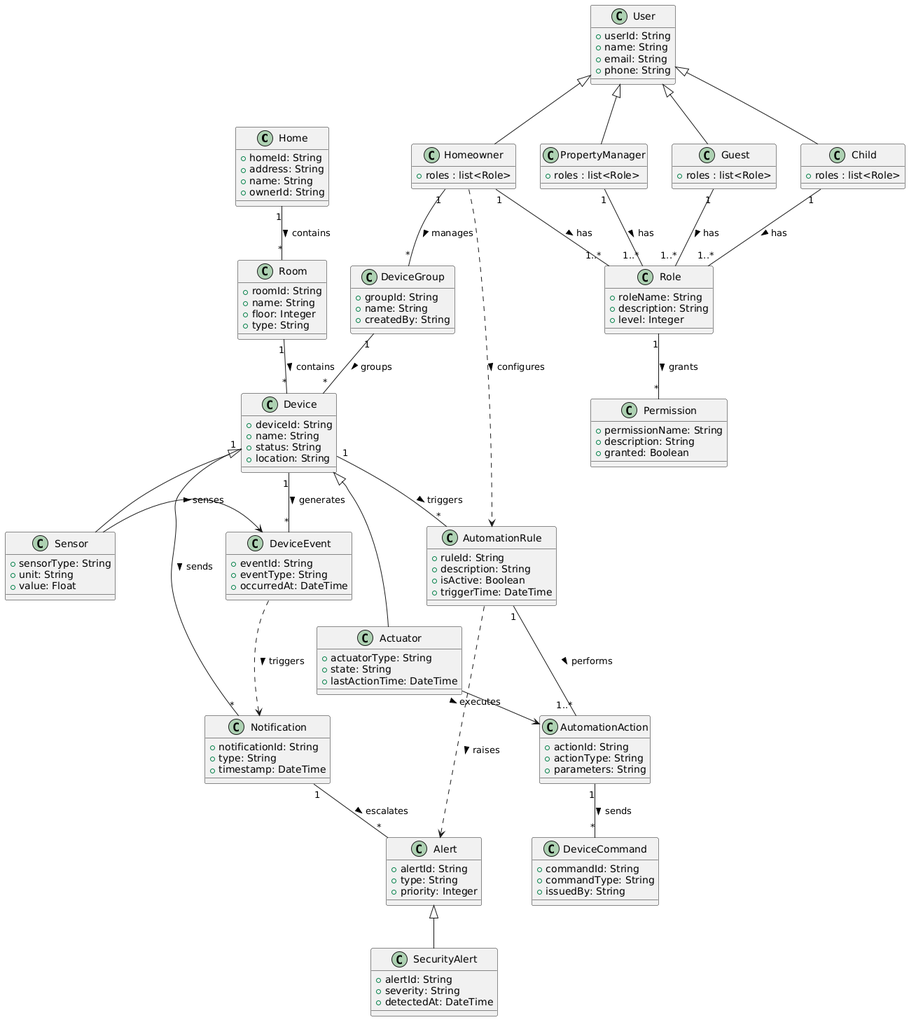
Before: DomainModel.png, a diagram exported from PlantUML (srinath-ramachandran/hype).
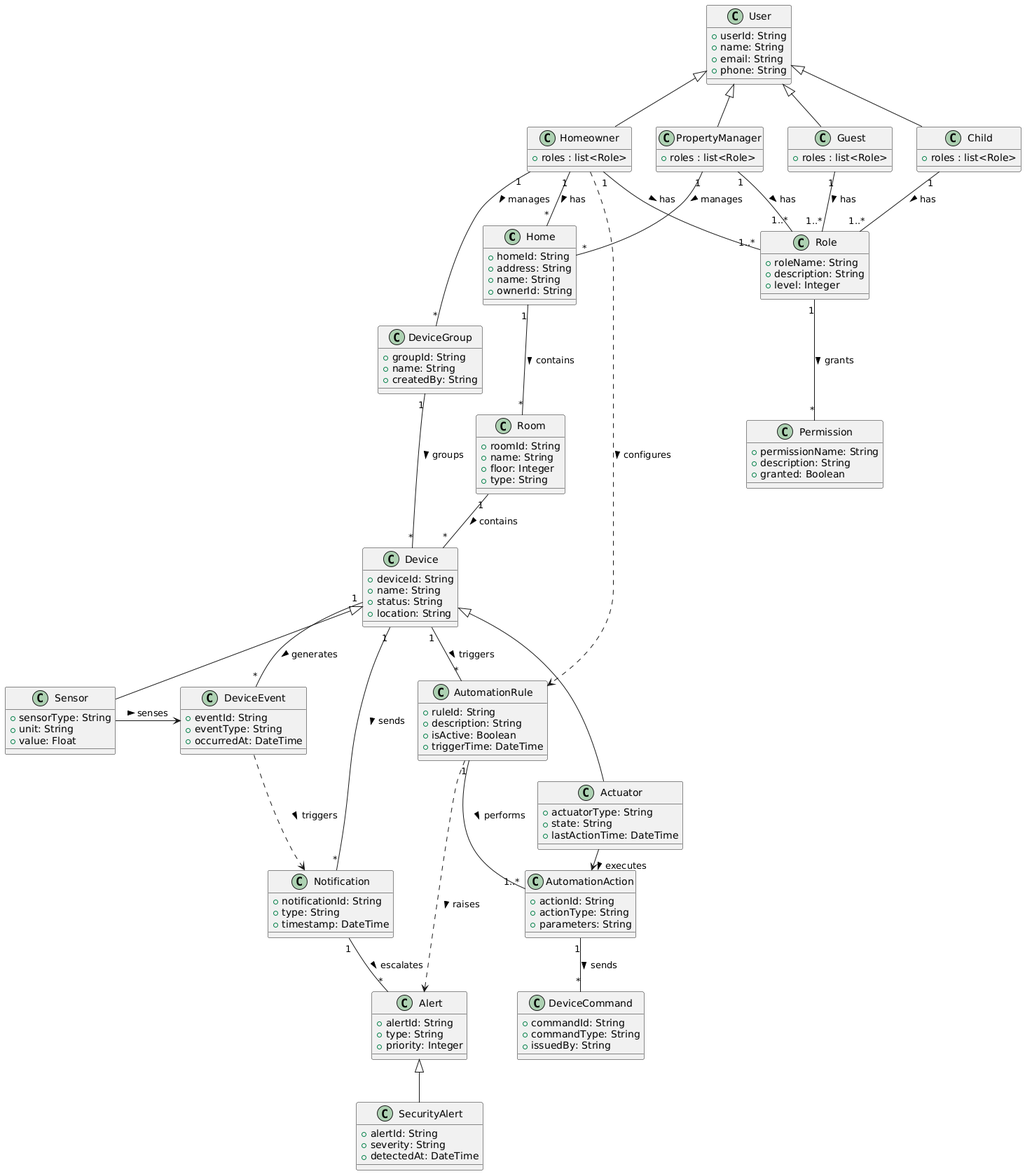
After the change.

Commit message:
correction to domain model

What changed in the source:
```diff
@@ -119,6 +119,8 @@
 Sensor -> DeviceEvent : senses >
 Actuator -> AutomationAction : executes >
 
+Homeowner "1" -- "*" Home : has >
+PropertyManager "1" -- "*" Home : manages >
 Home "1" -- "*" Room : contains >
 Room "1" -- "*" Device : contains >
 Homeowner "1" -- "1..*" Role : has >
```
